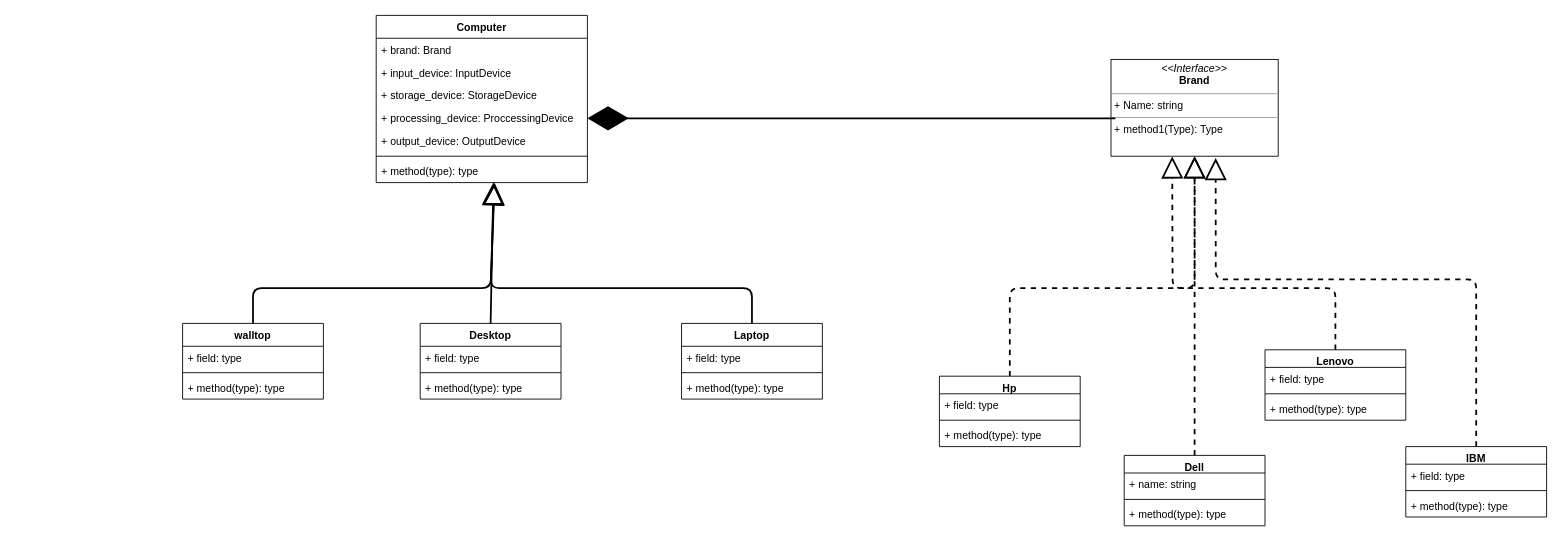
The draw.io diagram page "Page-2" (2 of 2) of m.drawio in Akulluwinnifred/app01-software-design, before the edit. Source tidied: cells renumbered, new cells numbered last; positions are measured from the earlier drawing's top-left corner, leaving out a move shared by most shapes. Both pictures are drawn from the tidied source at 88%, with x=0, y=0 at pixel (182, 15).
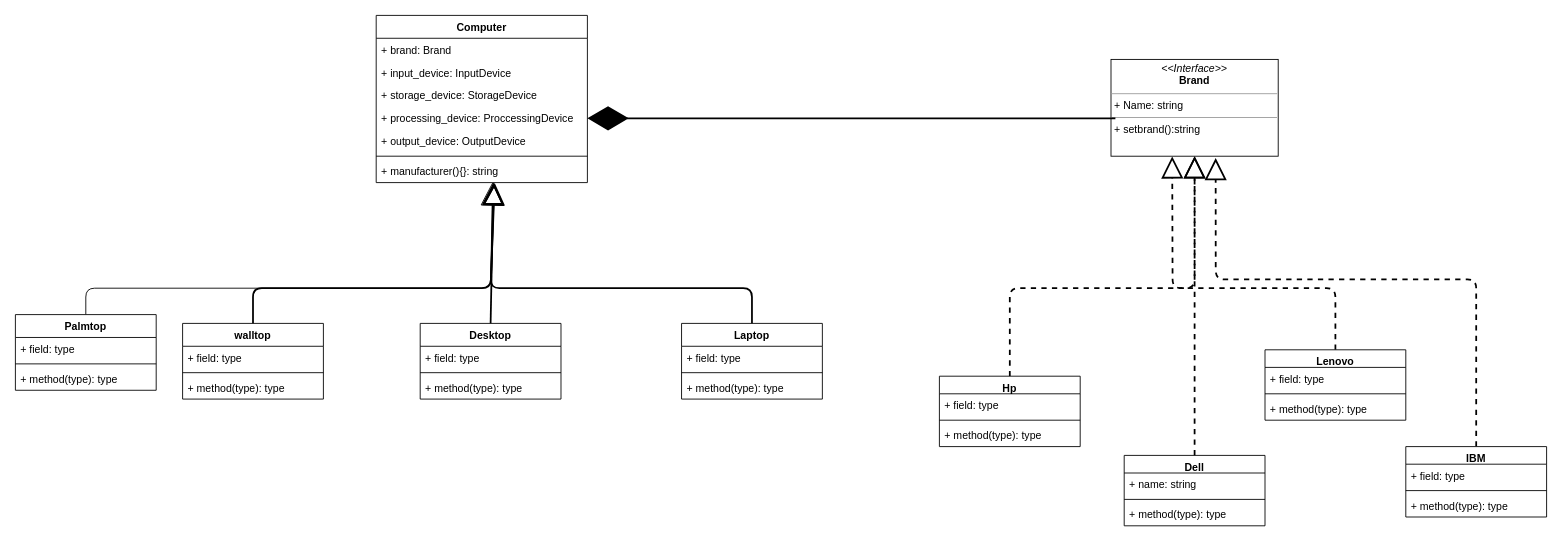
The same page after the edit.

The change refers to these unchanged cells:
```xml
<mxCell id="2" value="Computer" style="swimlane;fontStyle=1;align=center;verticalAlign=top;horizontal=1;startSize=26;" parent="1" vertex="1">
  <mxGeometry x="220" width="240" height="190" as="geometry" />
</mxCell>
```

Change to the diagram source:
```diff
@@
-    <mxCell id="9" value="+ method(type): type" style="text;strokeColor=none;fillColor=none;align=left;verticalAlign=top;spacingLeft=4;spacingRight=4;overflow=hidden;points=[[0,0.5],[1,0.5]];portConstraint=eastwest;" parent="2" vertex="1">
+    <mxCell id="9" value="+ manufacturer(){}: string" style="text;strokeColor=none;fillColor=none;align=left;verticalAlign=top;spacingLeft=4;spacingRight=4;overflow=hidden;points=[[0,0.5],[1,0.5]];portConstraint=eastwest;" parent="2" vertex="1">
       <mxGeometry y="164" width="240" height="26" as="geometry" />
     </mxCell>
@@
-    <mxCell id="45" value="&lt;p style=&quot;margin:0px;margin-top:4px;text-align:center;&quot;&gt;&lt;i&gt;&amp;lt;&amp;lt;Interface&amp;gt;&amp;gt;&lt;/i&gt;&lt;br&gt;&lt;b&gt;Brand&lt;/b&gt;&lt;/p&gt;&lt;hr size=&quot;1&quot;&gt;&lt;p style=&quot;margin:0px;margin-left:4px;&quot;&gt;+ Name: string&lt;/p&gt;&lt;hr size=&quot;1&quot;&gt;&lt;p style=&quot;margin:0px;margin-left:4px;&quot;&gt;+ method1(Type): Type&lt;br&gt;&lt;/p&gt;" style="verticalAlign=top;align=left;overflow=fill;fontSize=12;fontFamily=Helvetica;html=1;" parent="1" vertex="1">
+    <mxCell id="45" value="&lt;p style=&quot;margin:0px;margin-top:4px;text-align:center;&quot;&gt;&lt;i&gt;&amp;lt;&amp;lt;Interface&amp;gt;&amp;gt;&lt;/i&gt;&lt;br&gt;&lt;b&gt;Brand&lt;/b&gt;&lt;/p&gt;&lt;hr size=&quot;1&quot;&gt;&lt;p style=&quot;margin:0px;margin-left:4px;&quot;&gt;+ Name: string&lt;/p&gt;&lt;hr size=&quot;1&quot;&gt;&lt;p style=&quot;margin:0px;margin-left:4px;&quot;&gt;+ setbrand():string&amp;nbsp;&lt;br&gt;&lt;/p&gt;" style="verticalAlign=top;align=left;overflow=fill;fontSize=12;fontFamily=Helvetica;html=1;" parent="1" vertex="1">
       <mxGeometry x="1055" y="50" width="190" height="110" as="geometry" />
     </mxCell>
@@
+    <mxCell id="47" style="edgeStyle=none;html=1;exitX=0.5;exitY=0;exitDx=0;exitDy=0;entryX=0.551;entryY=0.983;entryDx=0;entryDy=0;entryPerimeter=0;endArrow=block;endFill=0;endSize=24;" parent="1" edge="1" source="48" target="9">
+      <mxGeometry relative="1" as="geometry">
+        <Array as="points">
+          <mxPoint x="-110" y="310" />
+          <mxPoint x="350" y="310" />
+        </Array>
+      </mxGeometry>
+    </mxCell>
+    <mxCell id="48" value="Palmtop" style="swimlane;fontStyle=1;align=center;verticalAlign=top;horizontal=1;startSize=26;" parent="1" vertex="1">
+      <mxGeometry x="-190" y="340" width="160" height="86" as="geometry" />
+    </mxCell>
+    <mxCell id="49" value="+ field: type" style="text;strokeColor=none;fillColor=none;align=left;verticalAlign=top;spacingLeft=4;spacingRight=4;overflow=hidden;" parent="48" vertex="1">
+      <mxGeometry y="26" width="160" height="26" as="geometry" />
+    </mxCell>
+    <mxCell id="50" style="line;strokeWidth=1;fillColor=none;align=left;verticalAlign=middle;spacingTop=-1;spacingLeft=3;spacingRight=3;labelPosition=right;strokeColor=inherit;" parent="48" vertex="1">
+      <mxGeometry y="52" width="160" height="8" as="geometry" />
+    </mxCell>
+    <mxCell id="51" value="+ method(type): type" style="text;strokeColor=none;fillColor=none;align=left;verticalAlign=top;spacingLeft=4;spacingRight=4;overflow=hidden;" parent="48" vertex="1">
+      <mxGeometry y="60" width="160" height="26" as="geometry" />
+    </mxCell>
```
